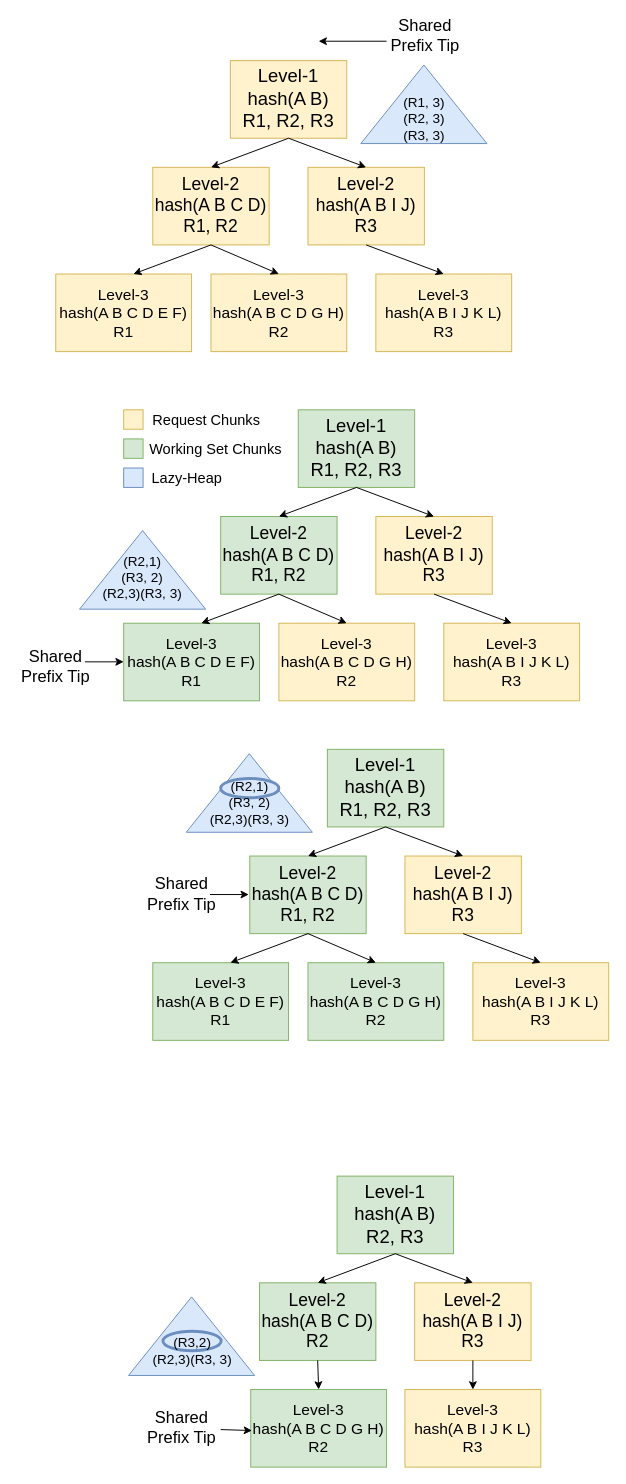
The draw.io diagram documentation/illustrations/chunked_hash_tree.drawio in sakshamrathi21/Structured_LLM_Optimization, before the edit. Source tidied: cells renumbered, new cells numbered last; positions are measured from the earlier drawing's top-left corner, leaving out a move shared by most shapes. Both pictures are drawn from the tidied source at 97%, with x=0, y=0 at pixel (16, 21).
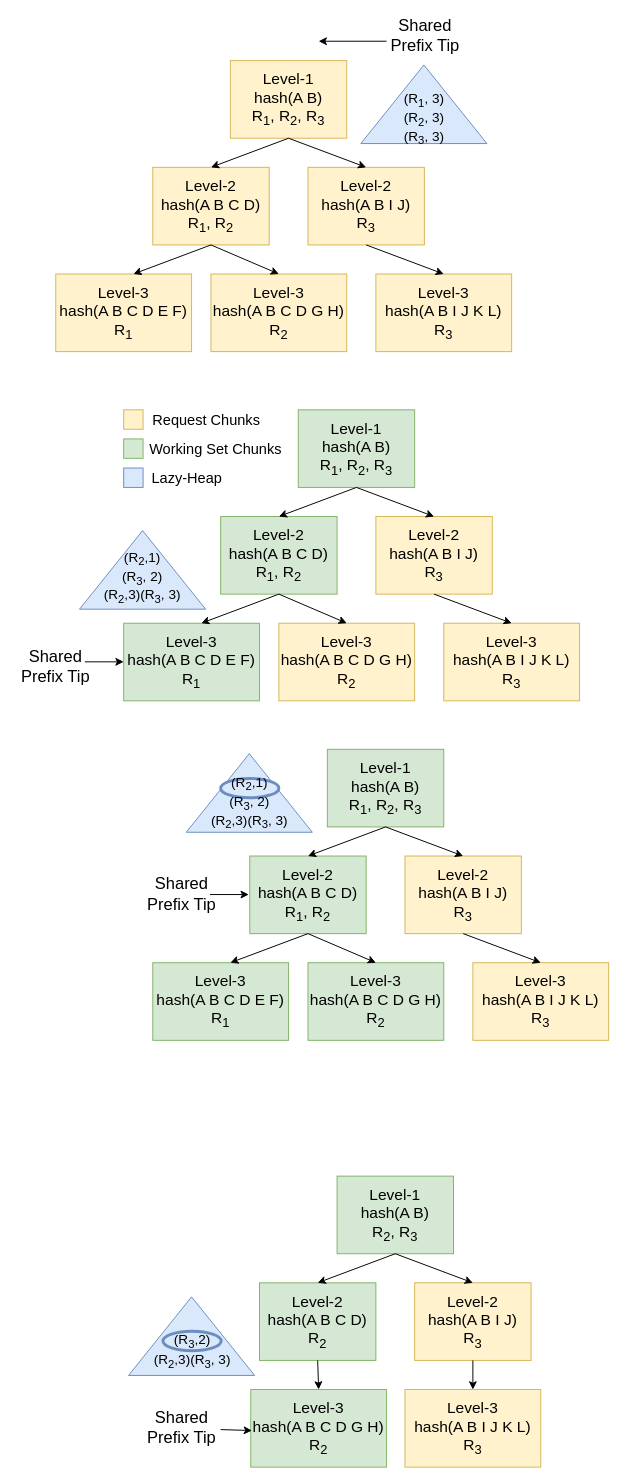
The same page after the edit.

Diff of the diagram source:
```diff
@@
-    <mxCell id="2" value="&lt;font style=&quot;font-size: 19px;&quot;&gt;Level-1&lt;br&gt;hash(A B)&lt;/font&gt;&lt;div&gt;&lt;font style=&quot;font-size: 19px;&quot;&gt;R1, R2, R3&lt;/font&gt;&lt;/div&gt;" style="rounded=0;whiteSpace=wrap;html=1;fillColor=#fff2cc;strokeColor=#d6b656;" parent="1" vertex="1">
+    <mxCell id="2" value="&lt;font style=&quot;font-size: 16px;&quot;&gt;Level-1&lt;br&gt;hash(A B)&lt;/font&gt;&lt;div&gt;&lt;font style=&quot;font-size: 16px;&quot;&gt;R&lt;sub style=&quot;&quot;&gt;1&lt;/sub&gt;, R&lt;sub style=&quot;&quot;&gt;2&lt;/sub&gt;, R&lt;sub style=&quot;&quot;&gt;3&lt;/sub&gt;&lt;/font&gt;&lt;/div&gt;" style="rounded=0;whiteSpace=wrap;html=1;fillColor=#fff2cc;strokeColor=#d6b656;" parent="1" vertex="1">
       <mxGeometry x="220" y="40" width="120" height="80" as="geometry" />
     </mxCell>
-    <mxCell id="3" value="&lt;font style=&quot;font-size: 18px;&quot;&gt;Level-2&lt;br&gt;hash(A B C D)&lt;/font&gt;&lt;div&gt;&lt;font style=&quot;font-size: 18px;&quot;&gt;R1, R2&lt;/font&gt;&lt;/div&gt;" style="rounded=0;whiteSpace=wrap;html=1;fillColor=#fff2cc;strokeColor=#d6b656;" parent="1" vertex="1">
+    <mxCell id="3" value="&lt;font style=&quot;font-size: 16px;&quot;&gt;Level-2&lt;br&gt;hash(A B C D)&lt;br&gt;&lt;/font&gt;&lt;div&gt;&lt;font style=&quot;font-size: 16px;&quot;&gt;&lt;font style=&quot;&quot;&gt;&lt;span style=&quot;background-color: transparent; color: light-dark(rgb(0, 0, 0), rgb(255, 255, 255));&quot;&gt;R&lt;/span&gt;&lt;sub style=&quot;background-color: transparent; color: light-dark(rgb(0, 0, 0), rgb(255, 255, 255));&quot;&gt;1&lt;/sub&gt;,&amp;nbsp;&lt;/font&gt;&lt;span style=&quot;background-color: transparent; color: light-dark(rgb(0, 0, 0), rgb(255, 255, 255));&quot;&gt;R&lt;/span&gt;&lt;sub style=&quot;background-color: transparent; color: light-dark(rgb(0, 0, 0), rgb(255, 255, 255));&quot;&gt;2&lt;/sub&gt;&lt;/font&gt;&lt;/div&gt;" style="rounded=0;whiteSpace=wrap;html=1;fillColor=#fff2cc;strokeColor=#d6b656;" parent="1" vertex="1">
       <mxGeometry x="140" y="150" width="120" height="80" as="geometry" />
     </mxCell>
-    <mxCell id="4" value="&lt;font style=&quot;font-size: 18px;&quot;&gt;Level-2&lt;br&gt;hash(A B I J)&lt;/font&gt;&lt;div&gt;&lt;font style=&quot;font-size: 18px;&quot;&gt;R3&lt;/font&gt;&lt;/div&gt;" style="rounded=0;whiteSpace=wrap;html=1;fillColor=#fff2cc;strokeColor=#d6b656;" parent="1" vertex="1">
+    <mxCell id="4" value="&lt;font style=&quot;font-size: 16px;&quot;&gt;Level-2&lt;br&gt;hash(A B I J)&lt;/font&gt;&lt;div&gt;&lt;font style=&quot;font-size: 16px;&quot;&gt;R&lt;sub style=&quot;&quot;&gt;3&lt;/sub&gt;&lt;/font&gt;&lt;/div&gt;" style="rounded=0;whiteSpace=wrap;html=1;fillColor=#fff2cc;strokeColor=#d6b656;" parent="1" vertex="1">
       <mxGeometry x="300" y="150" width="120" height="80" as="geometry" />
     </mxCell>
@@
-    <mxCell id="7" value="&lt;font style=&quot;font-size: 16px;&quot;&gt;Level-3&lt;br&gt;hash(A B C D E F)&lt;/font&gt;&lt;div&gt;&lt;font style=&quot;font-size: 16px;&quot;&gt;R1&lt;/font&gt;&lt;/div&gt;" style="rounded=0;whiteSpace=wrap;html=1;fillColor=#fff2cc;strokeColor=#d6b656;" parent="1" vertex="1">
+    <mxCell id="7" value="&lt;font style=&quot;font-size: 16px;&quot;&gt;Level-3&lt;br&gt;hash(A B C D E F)&lt;/font&gt;&lt;div&gt;&lt;font style=&quot;font-size: 16px;&quot;&gt;R&lt;sub style=&quot;&quot;&gt;1&lt;/sub&gt;&lt;/font&gt;&lt;/div&gt;" style="rounded=0;whiteSpace=wrap;html=1;fillColor=#fff2cc;strokeColor=#d6b656;" parent="1" vertex="1">
       <mxGeometry x="40" y="260" width="140" height="80" as="geometry" />
     </mxCell>
-    <mxCell id="8" value="&lt;font style=&quot;font-size: 16px;&quot;&gt;Level-3&lt;br&gt;hash(A B C D G H)&lt;/font&gt;&lt;div&gt;&lt;font style=&quot;font-size: 16px;&quot;&gt;R2&lt;/font&gt;&lt;/div&gt;" style="rounded=0;whiteSpace=wrap;html=1;fillColor=#fff2cc;strokeColor=#d6b656;" parent="1" vertex="1">
+    <mxCell id="8" value="&lt;font style=&quot;font-size: 16px;&quot;&gt;Level-3&lt;br&gt;hash(A B C D G H)&lt;/font&gt;&lt;div&gt;&lt;font style=&quot;font-size: 16px;&quot;&gt;R&lt;sub style=&quot;&quot;&gt;2&lt;/sub&gt;&lt;/font&gt;&lt;/div&gt;" style="rounded=0;whiteSpace=wrap;html=1;fillColor=#fff2cc;strokeColor=#d6b656;" parent="1" vertex="1">
       <mxGeometry x="200" y="260" width="140" height="80" as="geometry" />
     </mxCell>
-    <mxCell id="9" value="&lt;font style=&quot;font-size: 16px;&quot;&gt;Level-3&lt;br&gt;hash(A B I J K L)&lt;/font&gt;&lt;div&gt;&lt;font style=&quot;font-size: 16px;&quot;&gt;R3&lt;/font&gt;&lt;/div&gt;" style="rounded=0;whiteSpace=wrap;html=1;fillColor=#fff2cc;strokeColor=#d6b656;" parent="1" vertex="1">
+    <mxCell id="9" value="&lt;font style=&quot;font-size: 16px;&quot;&gt;Level-3&lt;br&gt;hash(A B I J K L)&lt;/font&gt;&lt;div&gt;&lt;font style=&quot;font-size: 16px;&quot;&gt;R&lt;sub style=&quot;&quot;&gt;3&lt;/sub&gt;&lt;/font&gt;&lt;/div&gt;" style="rounded=0;whiteSpace=wrap;html=1;fillColor=#fff2cc;strokeColor=#d6b656;" parent="1" vertex="1">
       <mxGeometry x="370" y="260" width="140" height="80" as="geometry" />
     </mxCell>
@@
-    <mxCell id="13" value="&lt;font style=&quot;font-size: 19px;&quot;&gt;Level-1&lt;br&gt;hash(A B)&lt;/font&gt;&lt;div&gt;&lt;font style=&quot;font-size: 19px;&quot;&gt;R1, R2, R3&lt;/font&gt;&lt;/div&gt;" style="rounded=0;whiteSpace=wrap;html=1;fillColor=#d5e8d4;strokeColor=#82b366;" parent="1" vertex="1">
+    <mxCell id="13" value="&lt;font style=&quot;font-size: 16px;&quot;&gt;Level-1&lt;br&gt;hash(A B)&lt;br&gt;&lt;/font&gt;&lt;div&gt;&lt;font style=&quot;font-size: 16px;&quot;&gt;&lt;font style=&quot;&quot;&gt;&lt;span style=&quot;background-color: transparent; color: light-dark(rgb(0, 0, 0), rgb(255, 255, 255));&quot;&gt;R&lt;/span&gt;&lt;sub style=&quot;background-color: transparent; color: light-dark(rgb(0, 0, 0), rgb(255, 255, 255));&quot;&gt;1&lt;/sub&gt;,&amp;nbsp;&lt;/font&gt;&lt;span style=&quot;background-color: transparent; color: light-dark(rgb(0, 0, 0), rgb(255, 255, 255));&quot;&gt;R&lt;/span&gt;&lt;sub style=&quot;background-color: transparent; color: light-dark(rgb(0, 0, 0), rgb(255, 255, 255));&quot;&gt;2&lt;/sub&gt;&lt;span style=&quot;background-color: transparent; color: light-dark(rgb(0, 0, 0), rgb(255, 255, 255));&quot;&gt;,&amp;nbsp;&lt;/span&gt;&lt;span style=&quot;background-color: transparent; color: light-dark(rgb(0, 0, 0), rgb(255, 255, 255));&quot;&gt;R&lt;/span&gt;&lt;sub style=&quot;background-color: transparent; color: light-dark(rgb(0, 0, 0), rgb(255, 255, 255));&quot;&gt;3&lt;/sub&gt;&lt;/font&gt;&lt;/div&gt;" style="rounded=0;whiteSpace=wrap;html=1;fillColor=#d5e8d4;strokeColor=#82b366;" parent="1" vertex="1">
       <mxGeometry x="290" y="400" width="120" height="80" as="geometry" />
     </mxCell>
-    <mxCell id="14" value="&lt;font style=&quot;font-size: 18px;&quot;&gt;Level-2&lt;/font&gt;&lt;div&gt;&lt;font style=&quot;font-size: 18px;&quot;&gt;hash(A B C D)&lt;/font&gt;&lt;div&gt;&lt;font style=&quot;font-size: 18px;&quot;&gt;R1, R2&lt;/font&gt;&lt;/div&gt;&lt;/div&gt;" style="rounded=0;whiteSpace=wrap;html=1;fillColor=#d5e8d4;strokeColor=#82b366;" parent="1" vertex="1">
+    <mxCell id="14" value="&lt;font style=&quot;font-size: 16px;&quot;&gt;Level-2&lt;/font&gt;&lt;div&gt;&lt;font style=&quot;font-size: 16px;&quot;&gt;hash(A B C D)&lt;br&gt;&lt;/font&gt;&lt;div&gt;&lt;font style=&quot;font-size: 16px;&quot;&gt;&lt;font style=&quot;&quot;&gt;&lt;span style=&quot;background-color: transparent; color: light-dark(rgb(0, 0, 0), rgb(255, 255, 255));&quot;&gt;R&lt;/span&gt;&lt;sub style=&quot;background-color: transparent; color: light-dark(rgb(0, 0, 0), rgb(255, 255, 255));&quot;&gt;1&lt;/sub&gt;,&amp;nbsp;&lt;/font&gt;&lt;span style=&quot;background-color: transparent; color: light-dark(rgb(0, 0, 0), rgb(255, 255, 255));&quot;&gt;R&lt;/span&gt;&lt;sub style=&quot;background-color: transparent; color: light-dark(rgb(0, 0, 0), rgb(255, 255, 255));&quot;&gt;2&lt;/sub&gt;&lt;/font&gt;&lt;/div&gt;&lt;/div&gt;" style="rounded=0;whiteSpace=wrap;html=1;fillColor=#d5e8d4;strokeColor=#82b366;" parent="1" vertex="1">
       <mxGeometry x="210" y="510" width="120" height="80" as="geometry" />
     </mxCell>
-    <mxCell id="15" value="&lt;font style=&quot;font-size: 18px;&quot;&gt;Level-2&lt;br&gt;hash(A B I J)&lt;/font&gt;&lt;div&gt;&lt;font style=&quot;font-size: 18px;&quot;&gt;R3&lt;/font&gt;&lt;/div&gt;" style="rounded=0;whiteSpace=wrap;html=1;fillColor=#fff2cc;strokeColor=#d6b656;" parent="1" vertex="1">
+    <mxCell id="15" value="&lt;font style=&quot;font-size: 16px;&quot;&gt;Level-2&lt;br&gt;hash(A B I J)&lt;/font&gt;&lt;div&gt;&lt;font style=&quot;font-size: 16px;&quot;&gt;R&lt;sub style=&quot;&quot;&gt;3&lt;/sub&gt;&lt;/font&gt;&lt;/div&gt;" style="rounded=0;whiteSpace=wrap;html=1;fillColor=#fff2cc;strokeColor=#d6b656;" parent="1" vertex="1">
       <mxGeometry x="370" y="510" width="120" height="80" as="geometry" />
     </mxCell>
@@
-    <mxCell id="18" value="&lt;font style=&quot;font-size: 16px;&quot;&gt;Level-3&lt;br&gt;hash(A B C D E F)&lt;/font&gt;&lt;div&gt;&lt;font style=&quot;font-size: 16px;&quot;&gt;R1&lt;/font&gt;&lt;/div&gt;" style="rounded=0;whiteSpace=wrap;html=1;fillColor=#d5e8d4;strokeColor=#82b366;" parent="1" vertex="1">
+    <mxCell id="18" value="&lt;font style=&quot;font-size: 16px;&quot;&gt;Level-3&lt;br&gt;hash(A B C D E F)&lt;/font&gt;&lt;div&gt;&lt;font style=&quot;font-size: 16px;&quot;&gt;R&lt;sub style=&quot;&quot;&gt;1&lt;/sub&gt;&lt;/font&gt;&lt;/div&gt;" style="rounded=0;whiteSpace=wrap;html=1;fillColor=#d5e8d4;strokeColor=#82b366;" parent="1" vertex="1">
       <mxGeometry x="110" y="620" width="140" height="80" as="geometry" />
     </mxCell>
-    <mxCell id="19" value="&lt;font style=&quot;font-size: 16px;&quot;&gt;Level-3&lt;br&gt;hash(A B C D G H)&lt;/font&gt;&lt;div&gt;&lt;font style=&quot;font-size: 16px;&quot;&gt;R2&lt;/font&gt;&lt;/div&gt;" style="rounded=0;whiteSpace=wrap;html=1;fillColor=#fff2cc;strokeColor=#d6b656;" parent="1" vertex="1">
+    <mxCell id="19" value="&lt;font style=&quot;font-size: 16px;&quot;&gt;Level-3&lt;br&gt;hash(A B C D G H)&lt;/font&gt;&lt;div&gt;&lt;font style=&quot;font-size: 16px;&quot;&gt;R&lt;sub style=&quot;&quot;&gt;2&lt;/sub&gt;&lt;/font&gt;&lt;/div&gt;" style="rounded=0;whiteSpace=wrap;html=1;fillColor=#fff2cc;strokeColor=#d6b656;" parent="1" vertex="1">
       <mxGeometry x="270" y="620" width="140" height="80" as="geometry" />
     </mxCell>
-    <mxCell id="20" value="&lt;font style=&quot;font-size: 16px;&quot;&gt;Level-3&lt;br&gt;hash(A B I J K L)&lt;/font&gt;&lt;div&gt;&lt;font style=&quot;font-size: 16px;&quot;&gt;R3&lt;/font&gt;&lt;/div&gt;" style="rounded=0;whiteSpace=wrap;html=1;fillColor=#fff2cc;strokeColor=#d6b656;" parent="1" vertex="1">
+    <mxCell id="20" value="&lt;font style=&quot;font-size: 16px;&quot;&gt;Level-3&lt;br&gt;hash(A B I J K L)&lt;/font&gt;&lt;div&gt;&lt;font style=&quot;font-size: 16px;&quot;&gt;R&lt;sub style=&quot;&quot;&gt;3&lt;/sub&gt;&lt;/font&gt;&lt;/div&gt;" style="rounded=0;whiteSpace=wrap;html=1;fillColor=#fff2cc;strokeColor=#d6b656;" parent="1" vertex="1">
       <mxGeometry x="440" y="620" width="140" height="80" as="geometry" />
     </mxCell>
@@
-    <mxCell id="27" value="&lt;font style=&quot;font-size: 14px;&quot;&gt;(R1, 3)&lt;br&gt;(R2, 3)&lt;br&gt;(R3, 3)&lt;/font&gt;" style="text;html=1;whiteSpace=wrap;strokeColor=none;fillColor=none;align=center;verticalAlign=middle;rounded=0;" parent="1" vertex="1">
+    <mxCell id="27" value="&lt;font style=&quot;font-size: 14px;&quot;&gt;(R&lt;sub&gt;1&lt;/sub&gt;, 3)&lt;br&gt;(R&lt;sub&gt;2&lt;/sub&gt;, 3)&lt;br&gt;(R&lt;sub&gt;3&lt;/sub&gt;, 3)&lt;/font&gt;" style="text;html=1;whiteSpace=wrap;strokeColor=none;fillColor=none;align=center;verticalAlign=middle;rounded=0;" parent="1" vertex="1">
       <mxGeometry x="370" y="60" width="100" height="80" as="geometry" />
     </mxCell>
@@
-    <mxCell id="31" value="&lt;font style=&quot;font-size: 14px;&quot;&gt;(R2,1)&lt;br&gt;(R3, 2)&lt;br&gt;(R2,3)(R3, 3)&lt;/font&gt;" style="text;html=1;whiteSpace=wrap;strokeColor=none;fillColor=none;align=center;verticalAlign=middle;rounded=0;" parent="1" vertex="1">
+    <mxCell id="31" value="&lt;font style=&quot;font-size: 14px;&quot;&gt;(R&lt;sub&gt;2&lt;/sub&gt;,1)&lt;br&gt;(R&lt;sub&gt;3&lt;/sub&gt;, 2)&lt;br&gt;(R&lt;sub&gt;2&lt;/sub&gt;,3)(R&lt;sub&gt;3&lt;/sub&gt;, 3)&lt;/font&gt;" style="text;html=1;whiteSpace=wrap;strokeColor=none;fillColor=none;align=center;verticalAlign=middle;rounded=0;" parent="1" vertex="1">
       <mxGeometry x="84" y="550" width="91" height="46" as="geometry" />
     </mxCell>
-    <mxCell id="32" value="&lt;font style=&quot;font-size: 19px;&quot;&gt;Level-1&lt;br&gt;hash(A B)&lt;/font&gt;&lt;div&gt;&lt;font style=&quot;font-size: 19px;&quot;&gt;R1, R2, R3&lt;/font&gt;&lt;/div&gt;" style="rounded=0;whiteSpace=wrap;html=1;fillColor=#d5e8d4;strokeColor=#82b366;" parent="1" vertex="1">
+    <mxCell id="32" value="&lt;font style=&quot;font-size: 16px;&quot;&gt;Level-1&lt;br&gt;hash(A B)&lt;br&gt;&lt;/font&gt;&lt;div&gt;&lt;font style=&quot;font-size: 16px;&quot;&gt;&lt;font style=&quot;&quot;&gt;&lt;span style=&quot;background-color: transparent; color: light-dark(rgb(0, 0, 0), rgb(255, 255, 255));&quot;&gt;R&lt;/span&gt;&lt;sub style=&quot;background-color: transparent; color: light-dark(rgb(0, 0, 0), rgb(255, 255, 255));&quot;&gt;1&lt;/sub&gt;,&amp;nbsp;&lt;/font&gt;&lt;span style=&quot;background-color: transparent; color: light-dark(rgb(0, 0, 0), rgb(255, 255, 255));&quot;&gt;R&lt;/span&gt;&lt;sub style=&quot;background-color: transparent; color: light-dark(rgb(0, 0, 0), rgb(255, 255, 255));&quot;&gt;2&lt;/sub&gt;&lt;span style=&quot;background-color: transparent; color: light-dark(rgb(0, 0, 0), rgb(255, 255, 255));&quot;&gt;,&amp;nbsp;&lt;/span&gt;&lt;span style=&quot;background-color: transparent; color: light-dark(rgb(0, 0, 0), rgb(255, 255, 255));&quot;&gt;R&lt;/span&gt;&lt;sub style=&quot;background-color: transparent; color: light-dark(rgb(0, 0, 0), rgb(255, 255, 255));&quot;&gt;3&lt;/sub&gt;&lt;/font&gt;&lt;/div&gt;" style="rounded=0;whiteSpace=wrap;html=1;fillColor=#d5e8d4;strokeColor=#82b366;" parent="1" vertex="1">
       <mxGeometry x="320" y="750" width="120" height="80" as="geometry" />
     </mxCell>
-    <mxCell id="33" value="&lt;font style=&quot;font-size: 18px;&quot;&gt;Level-2&lt;br&gt;hash(A B C D)&lt;/font&gt;&lt;div&gt;&lt;font style=&quot;font-size: 18px;&quot;&gt;R1, R2&lt;/font&gt;&lt;/div&gt;" style="rounded=0;whiteSpace=wrap;html=1;fillColor=#d5e8d4;strokeColor=#82b366;" parent="1" vertex="1">
+    <mxCell id="33" value="&lt;font style=&quot;font-size: 16px;&quot;&gt;Level-2&lt;br&gt;hash(A B C D)&lt;br&gt;&lt;/font&gt;&lt;div&gt;&lt;font style=&quot;font-size: 16px;&quot;&gt;&lt;font style=&quot;&quot;&gt;&lt;span style=&quot;background-color: transparent; color: light-dark(rgb(0, 0, 0), rgb(255, 255, 255));&quot;&gt;R&lt;/span&gt;&lt;sub style=&quot;background-color: transparent; color: light-dark(rgb(0, 0, 0), rgb(255, 255, 255));&quot;&gt;1&lt;/sub&gt;,&amp;nbsp;&lt;/font&gt;&lt;span style=&quot;background-color: transparent; color: light-dark(rgb(0, 0, 0), rgb(255, 255, 255));&quot;&gt;R&lt;/span&gt;&lt;sub style=&quot;background-color: transparent; color: light-dark(rgb(0, 0, 0), rgb(255, 255, 255));&quot;&gt;2&lt;/sub&gt;&lt;/font&gt;&lt;/div&gt;" style="rounded=0;whiteSpace=wrap;html=1;fillColor=#d5e8d4;strokeColor=#82b366;" parent="1" vertex="1">
       <mxGeometry x="240" y="860" width="120" height="80" as="geometry" />
     </mxCell>
-    <mxCell id="34" value="&lt;font style=&quot;font-size: 18px;&quot;&gt;Level-2&lt;br&gt;hash(A B I J)&lt;/font&gt;&lt;div&gt;&lt;font style=&quot;font-size: 18px;&quot;&gt;R3&lt;/font&gt;&lt;/div&gt;" style="rounded=0;whiteSpace=wrap;html=1;fillColor=#fff2cc;strokeColor=#d6b656;" parent="1" vertex="1">
+    <mxCell id="34" value="&lt;font style=&quot;font-size: 16px;&quot;&gt;Level-2&lt;br&gt;hash(A B I J)&lt;/font&gt;&lt;div&gt;&lt;font style=&quot;font-size: 16px;&quot;&gt;R&lt;sub style=&quot;&quot;&gt;3&lt;/sub&gt;&lt;/font&gt;&lt;/div&gt;" style="rounded=0;whiteSpace=wrap;html=1;fillColor=#fff2cc;strokeColor=#d6b656;" parent="1" vertex="1">
       <mxGeometry x="400" y="860" width="120" height="80" as="geometry" />
     </mxCell>
@@
-    <mxCell id="37" value="&lt;font style=&quot;font-size: 16px;&quot;&gt;Level-3&lt;br&gt;hash(A B C D E F)&lt;/font&gt;&lt;div&gt;&lt;font style=&quot;font-size: 16px;&quot;&gt;R1&lt;/font&gt;&lt;/div&gt;" style="rounded=0;whiteSpace=wrap;html=1;fillColor=#d5e8d4;strokeColor=#82b366;" parent="1" vertex="1">
+    <mxCell id="37" value="&lt;font style=&quot;font-size: 16px;&quot;&gt;Level-3&lt;br&gt;hash(A B C D E F)&lt;/font&gt;&lt;div&gt;&lt;font style=&quot;font-size: 16px;&quot;&gt;R&lt;sub style=&quot;&quot;&gt;1&lt;/sub&gt;&lt;/font&gt;&lt;/div&gt;" style="rounded=0;whiteSpace=wrap;html=1;fillColor=#d5e8d4;strokeColor=#82b366;" parent="1" vertex="1">
       <mxGeometry x="140" y="970" width="140" height="80" as="geometry" />
     </mxCell>
-    <mxCell id="38" value="&lt;font style=&quot;font-size: 16px;&quot;&gt;Level-3&lt;br&gt;hash(A B C D G H)&lt;/font&gt;&lt;div&gt;&lt;font style=&quot;font-size: 16px;&quot;&gt;R2&lt;/font&gt;&lt;/div&gt;" style="rounded=0;whiteSpace=wrap;html=1;fillColor=#d5e8d4;strokeColor=#82b366;" parent="1" vertex="1">
+    <mxCell id="38" value="&lt;font style=&quot;font-size: 16px;&quot;&gt;Level-3&lt;br&gt;hash(A B C D G H)&lt;/font&gt;&lt;div&gt;&lt;font style=&quot;font-size: 16px;&quot;&gt;R&lt;sub style=&quot;&quot;&gt;2&lt;/sub&gt;&lt;/font&gt;&lt;/div&gt;" style="rounded=0;whiteSpace=wrap;html=1;fillColor=#d5e8d4;strokeColor=#82b366;" parent="1" vertex="1">
       <mxGeometry x="300" y="970" width="140" height="80" as="geometry" />
     </mxCell>
-    <mxCell id="39" value="&lt;font style=&quot;font-size: 16px;&quot;&gt;Level-3&lt;br&gt;hash(A B I J K L)&lt;/font&gt;&lt;div&gt;&lt;font style=&quot;font-size: 16px;&quot;&gt;R3&lt;/font&gt;&lt;/div&gt;" style="rounded=0;whiteSpace=wrap;html=1;fillColor=#fff2cc;strokeColor=#d6b656;" parent="1" vertex="1">
+    <mxCell id="39" value="&lt;font style=&quot;font-size: 16px;&quot;&gt;Level-3&lt;br&gt;hash(A B I J K L)&lt;/font&gt;&lt;div&gt;&lt;font style=&quot;font-size: 16px;&quot;&gt;R&lt;sub style=&quot;&quot;&gt;3&lt;/sub&gt;&lt;/font&gt;&lt;/div&gt;" style="rounded=0;whiteSpace=wrap;html=1;fillColor=#fff2cc;strokeColor=#d6b656;" parent="1" vertex="1">
       <mxGeometry x="470" y="970" width="140" height="80" as="geometry" />
     </mxCell>
@@
-    <mxCell id="47" value="&lt;font style=&quot;font-size: 14px;&quot;&gt;(R2,1)&lt;br&gt;(R3, 2)&lt;br&gt;(R2,3)(R3, 3)&lt;/font&gt;" style="text;html=1;whiteSpace=wrap;strokeColor=none;fillColor=none;align=center;verticalAlign=middle;rounded=0;" parent="1" vertex="1">
+    <mxCell id="47" value="&lt;font style=&quot;font-size: 14px;&quot;&gt;(R&lt;sub&gt;2&lt;/sub&gt;,1)&lt;br&gt;(R&lt;sub&gt;3&lt;/sub&gt;, 2)&lt;br&gt;(R&lt;sub&gt;2&lt;/sub&gt;,3)(R&lt;sub&gt;3&lt;/sub&gt;, 3)&lt;/font&gt;" style="text;html=1;whiteSpace=wrap;strokeColor=none;fillColor=none;align=center;verticalAlign=middle;rounded=0;" parent="1" vertex="1">
       <mxGeometry x="194.5" y="780" width="90" height="50" as="geometry" />
     </mxCell>
-    <mxCell id="48" value="&lt;font style=&quot;font-size: 19px;&quot;&gt;Level-1&lt;br&gt;hash(A B)&lt;/font&gt;&lt;div&gt;&lt;font style=&quot;font-size: 19px;&quot;&gt;R2, R3&lt;/font&gt;&lt;/div&gt;" style="rounded=0;whiteSpace=wrap;html=1;fillColor=#d5e8d4;strokeColor=#82b366;" parent="1" vertex="1">
+    <mxCell id="48" value="&lt;font style=&quot;font-size: 16px;&quot;&gt;Level-1&lt;br&gt;hash(A B)&lt;br&gt;&lt;/font&gt;&lt;div&gt;&lt;font style=&quot;font-size: 16px;&quot;&gt;&lt;font style=&quot;&quot;&gt;&lt;span style=&quot;background-color: transparent; color: light-dark(rgb(0, 0, 0), rgb(255, 255, 255));&quot;&gt;R&lt;/span&gt;&lt;sub style=&quot;background-color: transparent; color: light-dark(rgb(0, 0, 0), rgb(255, 255, 255));&quot;&gt;2&lt;/sub&gt;,&amp;nbsp;&lt;/font&gt;&lt;span style=&quot;background-color: transparent; color: light-dark(rgb(0, 0, 0), rgb(255, 255, 255));&quot;&gt;R&lt;/span&gt;&lt;sub style=&quot;background-color: transparent; color: light-dark(rgb(0, 0, 0), rgb(255, 255, 255));&quot;&gt;3&lt;/sub&gt;&lt;/font&gt;&lt;/div&gt;" style="rounded=0;whiteSpace=wrap;html=1;fillColor=#d5e8d4;strokeColor=#82b366;" parent="1" vertex="1">
       <mxGeometry x="330" y="1190" width="120" height="80" as="geometry" />
     </mxCell>
-    <mxCell id="49" value="&lt;font style=&quot;font-size: 18px;&quot;&gt;Level-2&lt;br&gt;hash(A B C D)&lt;/font&gt;&lt;div&gt;&lt;font style=&quot;font-size: 18px;&quot;&gt;R2&lt;/font&gt;&lt;/div&gt;" style="rounded=0;whiteSpace=wrap;html=1;fillColor=#d5e8d4;strokeColor=#82b366;" parent="1" vertex="1">
+    <mxCell id="49" value="&lt;font style=&quot;font-size: 16px;&quot;&gt;Level-2&lt;br&gt;hash(A B C D)&lt;/font&gt;&lt;div&gt;&lt;font style=&quot;font-size: 16px;&quot;&gt;R&lt;sub style=&quot;&quot;&gt;2&lt;/sub&gt;&lt;/font&gt;&lt;/div&gt;" style="rounded=0;whiteSpace=wrap;html=1;fillColor=#d5e8d4;strokeColor=#82b366;" parent="1" vertex="1">
       <mxGeometry x="250" y="1300" width="120" height="80" as="geometry" />
     </mxCell>
-    <mxCell id="50" value="&lt;font style=&quot;font-size: 18px;&quot;&gt;Level-2&lt;br&gt;hash(A B I J)&lt;/font&gt;&lt;div&gt;&lt;font style=&quot;font-size: 18px;&quot;&gt;R3&lt;/font&gt;&lt;/div&gt;" style="rounded=0;whiteSpace=wrap;html=1;fillColor=#fff2cc;strokeColor=#d6b656;" parent="1" vertex="1">
+    <mxCell id="50" value="&lt;font style=&quot;font-size: 16px;&quot;&gt;Level-2&lt;br&gt;hash(A B I J)&lt;/font&gt;&lt;div&gt;&lt;font style=&quot;font-size: 16px;&quot;&gt;R&lt;sub style=&quot;&quot;&gt;3&lt;/sub&gt;&lt;/font&gt;&lt;/div&gt;" style="rounded=0;whiteSpace=wrap;html=1;fillColor=#fff2cc;strokeColor=#d6b656;" parent="1" vertex="1">
       <mxGeometry x="410" y="1300" width="120" height="80" as="geometry" />
     </mxCell>
@@
-    <mxCell id="53" value="&lt;font style=&quot;font-size: 16px;&quot;&gt;Level-3&lt;br&gt;hash(A B C D G H)&lt;/font&gt;&lt;div&gt;&lt;font style=&quot;font-size: 16px;&quot;&gt;R2&lt;/font&gt;&lt;/div&gt;" style="rounded=0;whiteSpace=wrap;html=1;fillColor=#d5e8d4;strokeColor=#82b366;" parent="1" vertex="1">
+    <mxCell id="53" value="&lt;font style=&quot;font-size: 16px;&quot;&gt;Level-3&lt;br&gt;hash(A B C D G H)&lt;/font&gt;&lt;div&gt;&lt;font style=&quot;font-size: 16px;&quot;&gt;R&lt;sub style=&quot;&quot;&gt;2&lt;/sub&gt;&lt;/font&gt;&lt;/div&gt;" style="rounded=0;whiteSpace=wrap;html=1;fillColor=#d5e8d4;strokeColor=#82b366;" parent="1" vertex="1">
       <mxGeometry x="241" y="1410" width="140" height="80" as="geometry" />
     </mxCell>
-    <mxCell id="54" value="&lt;font style=&quot;font-size: 16px;&quot;&gt;Level-3&lt;br&gt;hash(A B I J K L)&lt;/font&gt;&lt;div&gt;&lt;font style=&quot;font-size: 16px;&quot;&gt;R3&lt;/font&gt;&lt;/div&gt;" style="rounded=0;whiteSpace=wrap;html=1;fillColor=#fff2cc;strokeColor=#d6b656;" parent="1" vertex="1">
+    <mxCell id="54" value="&lt;font style=&quot;font-size: 16px;&quot;&gt;Level-3&lt;br&gt;hash(A B I J K L)&lt;/font&gt;&lt;div&gt;&lt;font style=&quot;font-size: 16px;&quot;&gt;R&lt;sub style=&quot;&quot;&gt;3&lt;/sub&gt;&lt;/font&gt;&lt;/div&gt;" style="rounded=0;whiteSpace=wrap;html=1;fillColor=#fff2cc;strokeColor=#d6b656;" parent="1" vertex="1">
       <mxGeometry x="400" y="1410" width="140" height="80" as="geometry" />
     </mxCell>
@@
-    <mxCell id="61" value="&lt;font style=&quot;font-size: 14px;&quot;&gt;(R3,2)&lt;br&gt;(R2,3)(R3, 3)&lt;/font&gt;" style="text;html=1;whiteSpace=wrap;strokeColor=none;fillColor=none;align=center;verticalAlign=middle;rounded=0;" parent="1" vertex="1">
+    <mxCell id="61" value="&lt;font style=&quot;font-size: 14px;&quot;&gt;(R&lt;sub&gt;3&lt;/sub&gt;,2)&lt;br&gt;(R&lt;sub&gt;2&lt;/sub&gt;,3)(R&lt;sub&gt;3&lt;/sub&gt;, 3)&lt;/font&gt;" style="text;html=1;whiteSpace=wrap;strokeColor=none;fillColor=none;align=center;verticalAlign=middle;rounded=0;" parent="1" vertex="1">
       <mxGeometry x="135.5" y="1350" width="90" height="40" as="geometry" />
     </mxCell>
```
